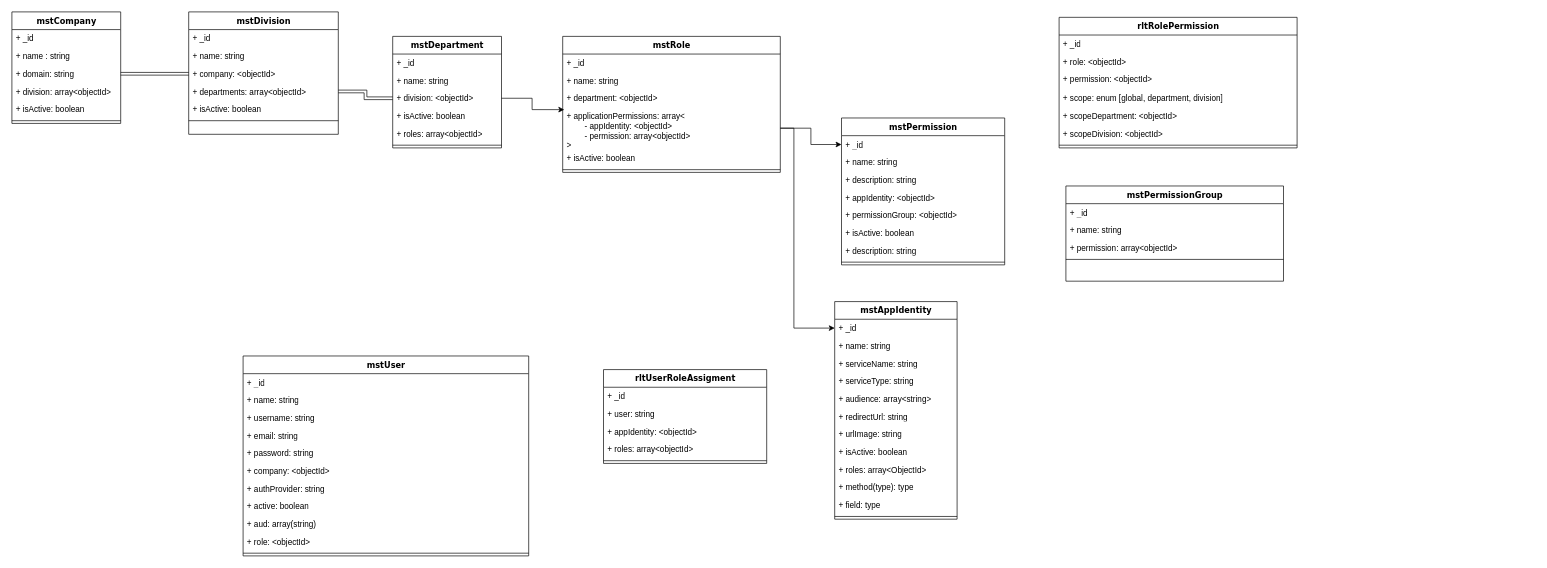
Before: star-sso-api.drawio in CodebarPhantom/aws-diagram, a draw.io diagram. Source tidied: cells renumbered, new cells numbered last; positions are measured from the earlier drawing's top-left corner, leaving out a move shared by most shapes. Both pictures are drawn from the tidied source at 68%, with x=0, y=0 at pixel (12, 12).
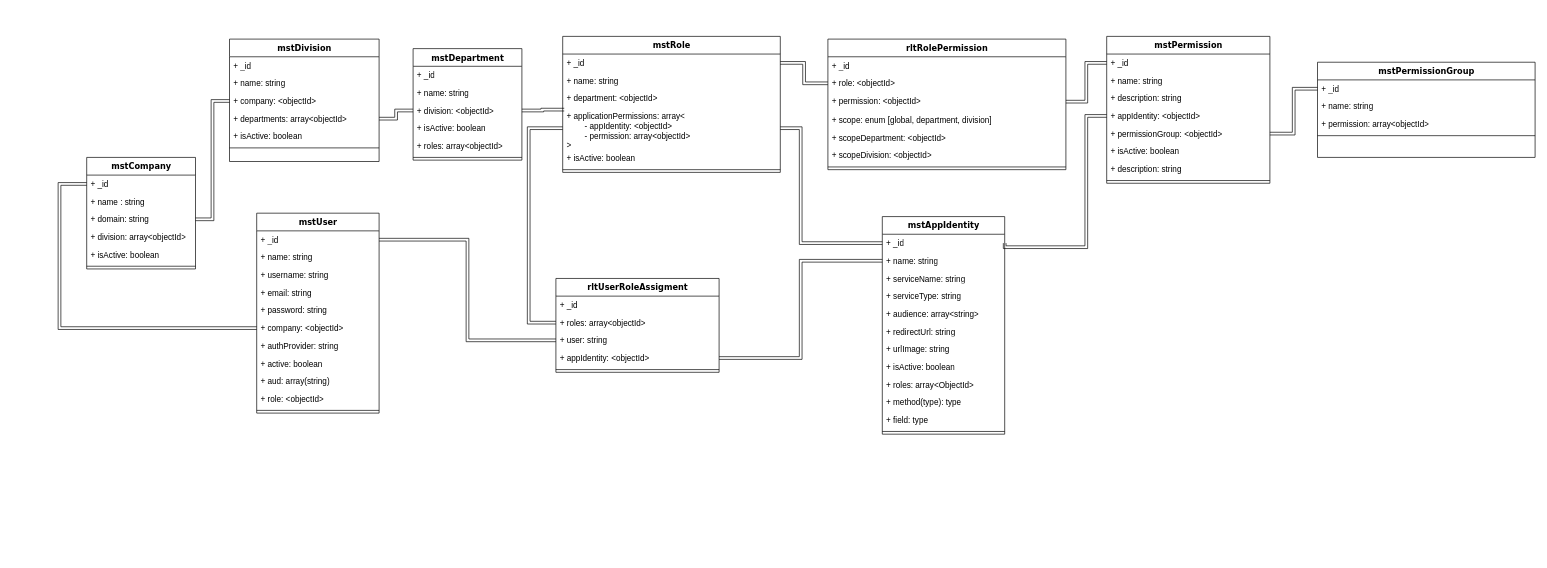
After the change.

Unchanged cells that the change refers to:
```xml
<mxCell id="3" value="+ _id" style="text;html=1;strokeColor=none;fillColor=none;align=left;verticalAlign=top;spacingLeft=4;spacingRight=4;whiteSpace=wrap;overflow=hidden;points=[[0,0.5],[1,0.5]];portConstraint=eastwest;" parent="2" vertex="1">
  <mxGeometry y="26" width="160" height="26" as="geometry" />
</mxCell>
<mxCell id="12" value="+ division: &amp;lt;objectId&amp;gt;" style="text;html=1;strokeColor=none;fillColor=none;align=left;verticalAlign=top;spacingLeft=4;spacingRight=4;whiteSpace=wrap;overflow=hidden;points=[[0,0.5],[1,0.5]];portConstraint=eastwest;" parent="9" vertex="1">
  <mxGeometry y="78" width="160" height="26" as="geometry" />
</mxCell>
<mxCell id="17" value="+ _id" style="text;html=1;strokeColor=none;fillColor=none;align=left;verticalAlign=top;spacingLeft=4;spacingRight=4;whiteSpace=wrap;overflow=hidden;points=[[0,0.5],[1,0.5]];portConstraint=eastwest;" parent="16" vertex="1">
  <mxGeometry y="26" width="320" height="26" as="geometry" />
</mxCell>
<mxCell id="35" value="+ _id" style="text;html=1;strokeColor=none;fillColor=none;align=left;verticalAlign=top;spacingLeft=4;spacingRight=4;whiteSpace=wrap;overflow=hidden;points=[[0,0.5],[1,0.5]];portConstraint=eastwest;" parent="34" vertex="1">
  <mxGeometry y="26" width="180" height="26" as="geometry" />
</mxCell>
<mxCell id="61" value="+ role: &amp;lt;objectId&amp;gt;" style="text;html=1;strokeColor=none;fillColor=none;align=left;verticalAlign=top;spacingLeft=4;spacingRight=4;whiteSpace=wrap;overflow=hidden;points=[[0,0.5],[1,0.5]];portConstraint=eastwest;" parent="59" vertex="1">
  <mxGeometry y="52" width="350" height="26" as="geometry" />
</mxCell>
<mxCell id="62" value="+ permission: &amp;lt;objectId&amp;gt;" style="text;html=1;strokeColor=none;fillColor=none;align=left;verticalAlign=top;spacingLeft=4;spacingRight=4;whiteSpace=wrap;overflow=hidden;points=[[0,0.5],[1,0.5]];portConstraint=eastwest;" parent="59" vertex="1">
  <mxGeometry y="78" width="350" height="28" as="geometry" />
</mxCell>
<mxCell id="68" value="+ _id" style="text;html=1;strokeColor=none;fillColor=none;align=left;verticalAlign=top;spacingLeft=4;spacingRight=4;whiteSpace=wrap;overflow=hidden;points=[[0,0.5],[1,0.5]];portConstraint=eastwest;" parent="67" vertex="1">
  <mxGeometry y="26" width="240" height="26" as="geometry" />
</mxCell>
<mxCell id="71" value="+ appIdentity: &amp;lt;objectId&amp;gt;" style="text;html=1;strokeColor=none;fillColor=none;align=left;verticalAlign=top;spacingLeft=4;spacingRight=4;whiteSpace=wrap;overflow=hidden;points=[[0,0.5],[1,0.5]];portConstraint=eastwest;" parent="67" vertex="1">
  <mxGeometry y="104" width="240" height="26" as="geometry" />
</mxCell>
<mxCell id="72" value="+ permissionGroup: &amp;lt;objectId&amp;gt;" style="text;html=1;strokeColor=none;fillColor=none;align=left;verticalAlign=top;spacingLeft=4;spacingRight=4;whiteSpace=wrap;overflow=hidden;points=[[0,0.5],[1,0.5]];portConstraint=eastwest;" parent="67" vertex="1">
  <mxGeometry y="130" width="240" height="26" as="geometry" />
</mxCell>
<mxCell id="77" value="+ _id" style="text;html=1;strokeColor=none;fillColor=none;align=left;verticalAlign=top;spacingLeft=4;spacingRight=4;whiteSpace=wrap;overflow=hidden;points=[[0,0.5],[1,0.5]];portConstraint=eastwest;" parent="76" vertex="1">
  <mxGeometry y="26" width="320" height="26" as="geometry" />
</mxCell>
<mxCell id="80" value="+ applicationPermissions: array&amp;lt;&lt;div&gt;&lt;span style=&quot;background-color: transparent; color: light-dark(rgb(0, 0, 0), rgb(255, 255, 255));&quot;&gt;&lt;span style=&quot;white-space: pre;&quot;&gt;&#9;&lt;/span&gt;- appIdentity: &amp;lt;objectId&amp;gt;&lt;/span&gt;&lt;/div&gt;&lt;div&gt;&lt;span style=&quot;background-color: transparent; color: light-dark(rgb(0, 0, 0), rgb(255, 255, 255));&quot;&gt;&lt;span style=&quot;white-space: pre;&quot;&gt;&#9;&lt;/span&gt;- permission: array&amp;lt;objectId&amp;gt;&lt;/span&gt;&lt;/div&gt;&lt;div&gt;&lt;span style=&quot;background-color: transparent; color: light-dark(rgb(0, 0, 0), rgb(255, 255, 255));&quot;&gt;&amp;gt;&amp;nbsp;&lt;/span&gt;&lt;/div&gt;" style="text;html=1;strokeColor=none;fillColor=none;align=left;verticalAlign=top;spacingLeft=4;spacingRight=4;whiteSpace=wrap;overflow=hidden;points=[[0,0.5],[1,0.5]];portConstraint=eastwest;" parent="76" vertex="1">
  <mxGeometry y="104" width="320" height="62" as="geometry" />
</mxCell>
```

Diff of the diagram source:
```diff
@@
     <mxCell id="2" value="mstCompany" style="swimlane;html=1;fontStyle=1;align=center;verticalAlign=top;horizontal=1;startSize=26;swimlaneFillColor=#ffffff;rounded=0;shadow=0;comic=0;labelBackgroundColor=none;strokeWidth=1;fillColor=none;fontFamily=Verdana;fontSize=12;" parent="1" vertex="1">
-      <mxGeometry width="160" height="164" as="geometry" />
+      <mxGeometry x="110" y="214" width="160" height="164" as="geometry" />
     </mxCell>
@@
     <mxCell id="9" value="mstDepartment" style="swimlane;html=1;fontStyle=1;align=center;verticalAlign=top;horizontal=1;startSize=26;swimlaneFillColor=#ffffff;rounded=0;shadow=0;comic=0;labelBackgroundColor=none;strokeWidth=1;fillColor=none;fontFamily=Verdana;fontSize=12;" parent="1" vertex="1">
-      <mxGeometry x="560" y="36" width="160" height="164" as="geometry" />
+      <mxGeometry x="590" y="54" width="160" height="164" as="geometry" />
     </mxCell>
@@
     <mxCell id="16" value="mstPermissionGroup" style="swimlane;html=1;fontStyle=1;align=center;verticalAlign=top;horizontal=1;startSize=26;swimlaneFillColor=#ffffff;rounded=0;shadow=0;comic=0;labelBackgroundColor=none;strokeWidth=1;fillColor=none;fontFamily=Verdana;fontSize=12;" parent="1" vertex="1">
-      <mxGeometry x="1550" y="256" width="320" height="140" as="geometry" />
+      <mxGeometry x="1920" y="74" width="320" height="140" as="geometry" />
     </mxCell>
@@
     <mxCell id="21" value="mstDivision" style="swimlane;html=1;fontStyle=1;align=center;verticalAlign=top;horizontal=1;startSize=26;swimlaneFillColor=#ffffff;rounded=0;shadow=0;comic=0;labelBackgroundColor=none;strokeWidth=1;fillColor=none;fontFamily=Verdana;fontSize=12;" parent="1" vertex="1">
-      <mxGeometry x="260" width="220" height="180" as="geometry" />
+      <mxGeometry x="320" y="40" width="220" height="180" as="geometry" />
     </mxCell>
@@
     <mxCell id="28" value="&lt;div&gt;rltUserRoleAssigment&lt;/div&gt;" style="swimlane;html=1;fontStyle=1;align=center;verticalAlign=top;horizontal=1;startSize=26;swimlaneFillColor=#ffffff;rounded=0;shadow=0;comic=0;labelBackgroundColor=none;strokeWidth=1;fillColor=none;fontFamily=Verdana;fontSize=12;" parent="1" vertex="1">
-      <mxGeometry x="870" y="526" width="240" height="138" as="geometry" />
+      <mxGeometry x="800" y="392" width="240" height="138" as="geometry" />
     </mxCell>
@@
+    <mxCell id="32" value="+ roles: array&amp;lt;objectId&amp;gt;" style="text;html=1;strokeColor=none;fillColor=none;align=left;verticalAlign=top;spacingLeft=4;spacingRight=4;whiteSpace=wrap;overflow=hidden;points=[[0,0.5],[1,0.5]];portConstraint=eastwest;" parent="28" vertex="1">
+      <mxGeometry y="52" width="240" height="26" as="geometry" />
+    </mxCell>
     <mxCell id="30" value="+ user: string" style="text;html=1;strokeColor=none;fillColor=none;align=left;verticalAlign=top;spacingLeft=4;spacingRight=4;whiteSpace=wrap;overflow=hidden;points=[[0,0.5],[1,0.5]];portConstraint=eastwest;" parent="28" vertex="1">
-      <mxGeometry y="52" width="240" height="26" as="geometry" />
+      <mxGeometry y="78" width="240" height="26" as="geometry" />
     </mxCell>
     <mxCell id="31" value="+ appIdentity: &amp;lt;objectId&amp;gt;" style="text;html=1;strokeColor=none;fillColor=none;align=left;verticalAlign=top;spacingLeft=4;spacingRight=4;whiteSpace=wrap;overflow=hidden;points=[[0,0.5],[1,0.5]];portConstraint=eastwest;" parent="28" vertex="1">
-      <mxGeometry y="78" width="240" height="26" as="geometry" />
+      <mxGeometry y="104" width="240" height="26" as="geometry" />
     </mxCell>
-    <mxCell id="32" value="+ roles: array&amp;lt;objectId&amp;gt;" style="text;html=1;strokeColor=none;fillColor=none;align=left;verticalAlign=top;spacingLeft=4;spacingRight=4;whiteSpace=wrap;overflow=hidden;points=[[0,0.5],[1,0.5]];portConstraint=eastwest;" parent="28" vertex="1">
-      <mxGeometry y="104" width="240" height="26" as="geometry" />
-    </mxCell>
@@
     <mxCell id="34" value="mstAppIdentity" style="swimlane;html=1;fontStyle=1;align=center;verticalAlign=top;horizontal=1;startSize=26;swimlaneFillColor=#ffffff;rounded=0;shadow=0;comic=0;labelBackgroundColor=none;strokeWidth=1;fillColor=none;fontFamily=Verdana;fontSize=12;" parent="1" vertex="1">
-      <mxGeometry x="1210" y="426" width="180" height="320" as="geometry" />
+      <mxGeometry x="1280" y="301" width="180" height="320" as="geometry" />
     </mxCell>
@@
     <mxCell id="47" value="mstUser" style="swimlane;html=1;fontStyle=1;align=center;verticalAlign=top;horizontal=1;startSize=26;swimlaneFillColor=#ffffff;rounded=0;shadow=0;comic=0;labelBackgroundColor=none;strokeWidth=1;fillColor=none;fontFamily=Verdana;fontSize=12;" parent="1" vertex="1">
-      <mxGeometry x="340" y="506" width="420" height="294" as="geometry" />
+      <mxGeometry x="360" y="296" width="180" height="294" as="geometry" />
     </mxCell>
     <mxCell id="48" value="+ _id" style="text;html=1;strokeColor=none;fillColor=none;align=left;verticalAlign=top;spacingLeft=4;spacingRight=4;whiteSpace=wrap;overflow=hidden;points=[[0,0.5],[1,0.5]];portConstraint=eastwest;" parent="47" vertex="1">
-      <mxGeometry y="26" width="420" height="26" as="geometry" />
+      <mxGeometry y="26" width="180" height="26" as="geometry" />
     </mxCell>
     <mxCell id="49" value="+ name: string" style="text;html=1;strokeColor=none;fillColor=none;align=left;verticalAlign=top;spacingLeft=4;spacingRight=4;whiteSpace=wrap;overflow=hidden;" parent="47" vertex="1">
-      <mxGeometry y="52" width="420" height="26" as="geometry" />
+      <mxGeometry y="52" width="180" height="26" as="geometry" />
     </mxCell>
     <mxCell id="50" value="+ username: string" style="text;html=1;strokeColor=none;fillColor=none;align=left;verticalAlign=top;spacingLeft=4;spacingRight=4;whiteSpace=wrap;overflow=hidden;" parent="47" vertex="1">
-      <mxGeometry y="78" width="420" height="26" as="geometry" />
+      <mxGeometry y="78" width="180" height="26" as="geometry" />
     </mxCell>
     <mxCell id="51" value="+ email: string" style="text;html=1;strokeColor=none;fillColor=none;align=left;verticalAlign=top;spacingLeft=4;spacingRight=4;whiteSpace=wrap;overflow=hidden;" parent="47" vertex="1">
-      <mxGeometry y="104" width="420" height="26" as="geometry" />
+      <mxGeometry y="104" width="180" height="26" as="geometry" />
     </mxCell>
     <mxCell id="52" value="+ password: string" style="text;html=1;strokeColor=none;fillColor=none;align=left;verticalAlign=top;spacingLeft=4;spacingRight=4;whiteSpace=wrap;overflow=hidden;" parent="47" vertex="1">
-      <mxGeometry y="130" width="420" height="26" as="geometry" />
+      <mxGeometry y="130" width="180" height="26" as="geometry" />
     </mxCell>
     <mxCell id="53" value="+ company: &amp;lt;objectId&amp;gt;" style="text;html=1;strokeColor=none;fillColor=none;align=left;verticalAlign=top;spacingLeft=4;spacingRight=4;whiteSpace=wrap;overflow=hidden;points=[[0,0.5],[1,0.5]];portConstraint=eastwest;" parent="47" vertex="1">
-      <mxGeometry y="156" width="420" height="26" as="geometry" />
+      <mxGeometry y="156" width="180" height="26" as="geometry" />
     </mxCell>
     <mxCell id="54" value="+ authProvider: string" style="text;html=1;strokeColor=none;fillColor=none;align=left;verticalAlign=top;spacingLeft=4;spacingRight=4;whiteSpace=wrap;overflow=hidden;" parent="47" vertex="1">
-      <mxGeometry y="182" width="420" height="26" as="geometry" />
+      <mxGeometry y="182" width="180" height="26" as="geometry" />
     </mxCell>
     <mxCell id="55" value="+ active: boolean" style="text;html=1;strokeColor=none;fillColor=none;align=left;verticalAlign=top;spacingLeft=4;spacingRight=4;whiteSpace=wrap;overflow=hidden;" parent="47" vertex="1">
-      <mxGeometry y="208" width="420" height="26" as="geometry" />
+      <mxGeometry y="208" width="180" height="26" as="geometry" />
     </mxCell>
     <mxCell id="56" value="+ aud: array(string)" style="text;html=1;strokeColor=none;fillColor=none;align=left;verticalAlign=top;spacingLeft=4;spacingRight=4;whiteSpace=wrap;overflow=hidden;" parent="47" vertex="1">
-      <mxGeometry y="234" width="420" height="26" as="geometry" />
+      <mxGeometry y="234" width="180" height="26" as="geometry" />
     </mxCell>
     <mxCell id="57" value="+ role: &amp;lt;objectId&amp;gt;" style="text;html=1;strokeColor=none;fillColor=none;align=left;verticalAlign=top;spacingLeft=4;spacingRight=4;whiteSpace=wrap;overflow=hidden;" parent="47" vertex="1">
-      <mxGeometry y="260" width="420" height="26" as="geometry" />
+      <mxGeometry y="260" width="180" height="26" as="geometry" />
     </mxCell>
     <mxCell id="58" style="line;html=1;strokeWidth=1;fillColor=none;align=left;verticalAlign=middle;spacingTop=-1;spacingLeft=3;spacingRight=3;labelPosition=right;" parent="47" vertex="1">
-      <mxGeometry y="286" width="420" height="8" as="geometry" />
+      <mxGeometry y="286" width="180" height="8" as="geometry" />
     </mxCell>
     <mxCell id="59" value="rltRolePermission" style="swimlane;html=1;fontStyle=1;align=center;verticalAlign=top;horizontal=1;startSize=26;swimlaneFillColor=#ffffff;rounded=0;shadow=0;comic=0;labelBackgroundColor=none;strokeWidth=1;fillColor=none;fontFamily=Verdana;fontSize=12;" parent="1" vertex="1">
-      <mxGeometry x="1540" y="8" width="350" height="192" as="geometry" />
+      <mxGeometry x="1200" y="40" width="350" height="192" as="geometry" />
     </mxCell>
@@
     <mxCell id="67" value="mstPermission" style="swimlane;html=1;fontStyle=1;align=center;verticalAlign=top;horizontal=1;startSize=26;swimlaneFillColor=#ffffff;rounded=0;shadow=0;comic=0;labelBackgroundColor=none;strokeWidth=1;fillColor=none;fontFamily=Verdana;fontSize=12;" parent="1" vertex="1">
-      <mxGeometry x="1220" y="156" width="240" height="216" as="geometry" />
+      <mxGeometry x="1610" y="36" width="240" height="216" as="geometry" />
     </mxCell>
@@
-    <mxCell id="85" style="edgeStyle=orthogonalEdgeStyle;rounded=0;jettySize=auto;html=1;exitX=1;exitY=0.5;exitDx=0;exitDy=0;entryX=0.007;entryY=0.06;entryDx=0;entryDy=0;entryPerimeter=0;" parent="1" edge="1" source="12" target="80">
+    <mxCell id="85" style="edgeStyle=orthogonalEdgeStyle;rounded=0;jettySize=auto;html=1;exitX=1;exitY=0.5;exitDx=0;exitDy=0;entryX=0.007;entryY=0.06;entryDx=0;entryDy=0;entryPerimeter=0;shape=link;" parent="1" edge="1" source="12" target="80">
       <mxGeometry relative="1" as="geometry" />
     </mxCell>
-    <mxCell id="86" style="edgeStyle=orthogonalEdgeStyle;rounded=0;jettySize=auto;html=1;exitX=1;exitY=0.5;exitDx=0;exitDy=0;entryX=0;entryY=0.5;entryDx=0;entryDy=0;" parent="1" edge="1" source="80" target="68">
-      <mxGeometry relative="1" as="geometry" />
-    </mxCell>
-    <mxCell id="87" style="edgeStyle=orthogonalEdgeStyle;rounded=0;jettySize=auto;html=1;exitX=1;exitY=0.5;exitDx=0;exitDy=0;entryX=0;entryY=0.5;entryDx=0;entryDy=0;" parent="1" edge="1" source="80" target="35">
+    <mxCell id="87" style="edgeStyle=orthogonalEdgeStyle;rounded=0;jettySize=auto;html=1;exitX=1;exitY=0.5;exitDx=0;exitDy=0;entryX=0;entryY=0.5;entryDx=0;entryDy=0;shape=link;" parent="1" edge="1" source="80" target="35">
       <mxGeometry relative="1" as="geometry">
         <Array as="points">
-          <mxPoint x="1150" y="171" />
-          <mxPoint x="1150" y="465" />
+          <mxPoint x="1160" y="171" />
+          <mxPoint x="1160" y="340" />
         </Array>
       </mxGeometry>
     </mxCell>
+    <mxCell id="88" style="edgeStyle=orthogonalEdgeStyle;rounded=0;jettySize=auto;html=1;exitX=1;exitY=0.5;exitDx=0;exitDy=0;entryX=0;entryY=0.5;entryDx=0;entryDy=0;shape=link;" parent="1" edge="1" source="77" target="61">
+      <mxGeometry relative="1" as="geometry" />
+    </mxCell>
+    <mxCell id="89" style="edgeStyle=orthogonalEdgeStyle;rounded=0;jettySize=auto;html=1;exitX=0;exitY=0.5;exitDx=0;exitDy=0;entryX=1;entryY=0.5;entryDx=0;entryDy=0;shape=link;" parent="1" edge="1" source="68" target="62">
+      <mxGeometry relative="1" as="geometry" />
+    </mxCell>
+    <mxCell id="90" style="edgeStyle=orthogonalEdgeStyle;rounded=0;jettySize=auto;html=1;exitX=0;exitY=0.5;exitDx=0;exitDy=0;entryX=1;entryY=0.5;entryDx=0;entryDy=0;shape=link;" parent="1" edge="1" source="17" target="72">
+      <mxGeometry relative="1" as="geometry" />
+    </mxCell>
+    <mxCell id="91" style="edgeStyle=orthogonalEdgeStyle;rounded=0;jettySize=auto;html=1;exitX=0;exitY=0.5;exitDx=0;exitDy=0;entryX=1;entryY=0.5;entryDx=0;entryDy=0;shape=link;" parent="1" edge="1" source="71" target="35">
+      <mxGeometry relative="1" as="geometry">
+        <Array as="points">
+          <mxPoint x="1580" y="153" />
+          <mxPoint x="1580" y="346" />
+          <mxPoint x="1460" y="346" />
+        </Array>
+      </mxGeometry>
+    </mxCell>
+    <mxCell id="92" style="edgeStyle=orthogonalEdgeStyle;rounded=0;jettySize=auto;html=1;exitX=0;exitY=0.5;exitDx=0;exitDy=0;entryX=0;entryY=0.5;entryDx=0;entryDy=0;shape=link;" parent="1" edge="1" source="3" target="53">
+      <mxGeometry relative="1" as="geometry">
+        <Array as="points">
+          <mxPoint x="70" y="253" />
+          <mxPoint x="70" y="465" />
+        </Array>
+      </mxGeometry>
+    </mxCell>
+    <mxCell id="93" style="edgeStyle=orthogonalEdgeStyle;rounded=0;jettySize=auto;html=1;exitX=1;exitY=0.5;exitDx=0;exitDy=0;entryX=0;entryY=0.5;entryDx=0;entryDy=0;shape=link;" parent="1" edge="1" source="48" target="30">
+      <mxGeometry relative="1" as="geometry" />
+    </mxCell>
+    <mxCell id="94" style="edgeStyle=orthogonalEdgeStyle;rounded=0;jettySize=auto;html=1;exitX=1;exitY=0.5;exitDx=0;exitDy=0;shape=link;" parent="1" edge="1" source="31">
+      <mxGeometry relative="1" as="geometry">
+        <mxPoint x="1280" y="366" as="targetPoint" />
+        <Array as="points">
+          <mxPoint x="1160" y="509" />
+          <mxPoint x="1160" y="366" />
+          <mxPoint x="1280" y="366" />
+        </Array>
+      </mxGeometry>
+    </mxCell>
+    <mxCell id="95" style="edgeStyle=orthogonalEdgeStyle;rounded=0;jettySize=auto;html=1;exitX=0;exitY=0.5;exitDx=0;exitDy=0;entryX=0;entryY=0.5;entryDx=0;entryDy=0;shape=link;" parent="1" edge="1" source="80" target="32">
+      <mxGeometry relative="1" as="geometry">
+        <Array as="points">
+          <mxPoint x="760" y="171" />
+          <mxPoint x="760" y="457" />
+        </Array>
+      </mxGeometry>
+    </mxCell>
```
